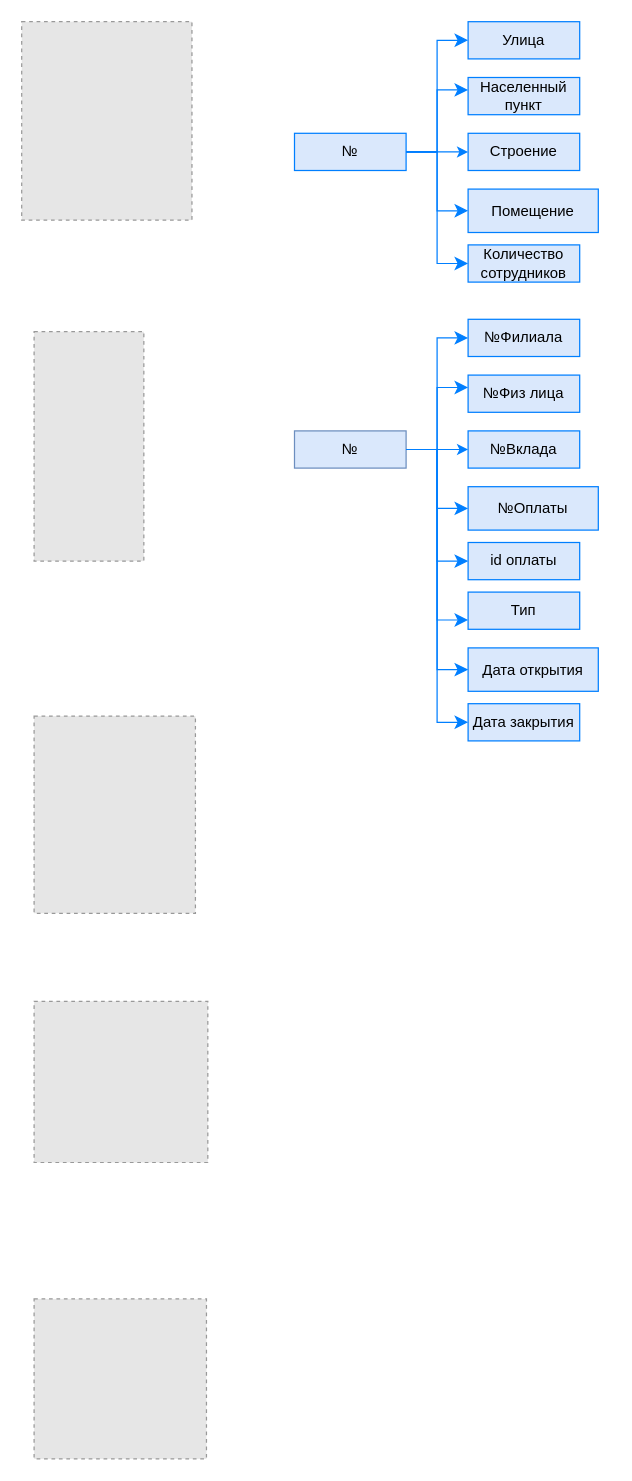
Earlier version of the draw.io diagram pbd5lb_2popitka.drawio (xaskilaki007/pbd-files). Source tidied: cells renumbered, new cells numbered last; positions are measured from the earlier drawing's top-left corner, leaving out a move shared by most shapes. Both pictures are drawn from the tidied source at 124%, with x=0, y=0 at pixel (21, 21). Pictures stored in the file or linked from it are replaced by grey dashed boxes.
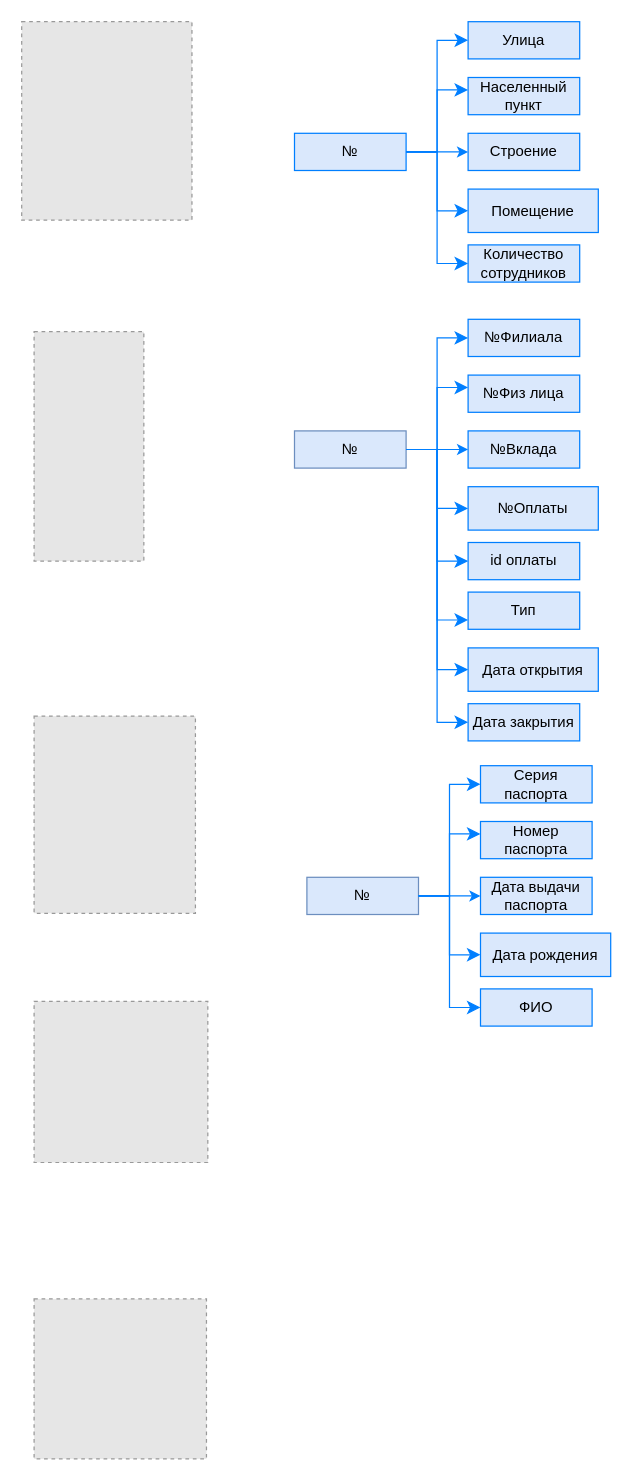
The same diagram, later.

The edit, as a diff of the source:
```diff
@@
+    <mxCell id="35" value="№" style="rounded=0;whiteSpace=wrap;html=1;fillColor=#dae8fc;strokeColor=#6c8ebf;" parent="1" vertex="1">
+      <mxGeometry x="230" y="690" width="90" height="30" as="geometry" />
+    </mxCell>
+    <mxCell id="36" value="Серия паспорта" style="rounded=0;whiteSpace=wrap;html=1;fillColor=#dae8fc;strokeColor=#007FFF;" parent="1" vertex="1">
+      <mxGeometry x="370" y="600" width="90" height="30" as="geometry" />
+    </mxCell>
+    <mxCell id="37" value="Номер паспорта" style="rounded=0;whiteSpace=wrap;html=1;fillColor=#dae8fc;strokeColor=#007FFF;" parent="1" vertex="1">
+      <mxGeometry x="370" y="645" width="90" height="30" as="geometry" />
+    </mxCell>
+    <mxCell id="38" value="Дата выдачи паспорта" style="rounded=0;whiteSpace=wrap;html=1;fillColor=#dae8fc;strokeColor=#007FFF;" parent="1" vertex="1">
+      <mxGeometry x="370" y="690" width="90" height="30" as="geometry" />
+    </mxCell>
+    <mxCell id="39" value="Дата рождения" style="rounded=0;whiteSpace=wrap;html=1;fillColor=#dae8fc;strokeColor=#007FFF;" parent="1" vertex="1">
+      <mxGeometry x="370" y="735" width="105" height="35" as="geometry" />
+    </mxCell>
+    <mxCell id="40" value="ФИО" style="rounded=0;whiteSpace=wrap;html=1;fillColor=#dae8fc;strokeColor=#007FFF;" parent="1" vertex="1">
+      <mxGeometry x="370" y="780" width="90" height="30" as="geometry" />
+    </mxCell>
+    <mxCell id="41" style="edgeStyle=elbowEdgeStyle;elbow=horizontal;endArrow=classic;html=1;curved=0;rounded=0;endSize=8;startSize=8;fillColor=#dae8fc;strokeColor=#007FFF;" parent="1" edge="1">
+      <mxGeometry relative="1" as="geometry">
+        <mxPoint x="320" y="705" as="sourcePoint" />
+        <mxPoint x="370" y="655" as="targetPoint" />
+      </mxGeometry>
+    </mxCell>
+    <mxCell id="42" style="edgeStyle=elbowEdgeStyle;elbow=horizontal;endArrow=classic;html=1;curved=0;rounded=0;endSize=8;startSize=8;entryX=0;entryY=0.5;entryDx=0;entryDy=0;fillColor=#dae8fc;strokeColor=#007FFF;" parent="1" edge="1" target="36">
+      <mxGeometry relative="1" as="geometry">
+        <mxPoint x="320" y="705" as="sourcePoint" />
+      </mxGeometry>
+    </mxCell>
+    <mxCell id="43" style="edgeStyle=elbowEdgeStyle;elbow=horizontal;endArrow=classic;html=1;curved=0;rounded=0;endSize=8;startSize=8;entryX=0;entryY=0.5;entryDx=0;entryDy=0;fillColor=#dae8fc;strokeColor=#007FFF;" parent="1" edge="1" target="39">
+      <mxGeometry relative="1" as="geometry">
+        <mxPoint x="320" y="705" as="sourcePoint" />
+      </mxGeometry>
+    </mxCell>
+    <mxCell id="44" style="endArrow=classic;html=1;rounded=0;entryX=0;entryY=0.5;entryDx=0;entryDy=0;exitX=1;exitY=0.5;exitDx=0;exitDy=0;fillColor=#dae8fc;strokeColor=#007FFF;" parent="1" edge="1" target="38">
+      <mxGeometry relative="1" as="geometry">
+        <mxPoint x="320" y="705" as="sourcePoint" />
+      </mxGeometry>
+    </mxCell>
+    <mxCell id="45" style="edgeStyle=elbowEdgeStyle;elbow=horizontal;endArrow=classic;html=1;curved=0;rounded=0;endSize=8;startSize=8;entryX=0;entryY=0.5;entryDx=0;entryDy=0;exitX=1;exitY=0.5;exitDx=0;exitDy=0;fillColor=#dae8fc;strokeColor=#007FFF;" parent="1" edge="1" target="40">
+      <mxGeometry relative="1" as="geometry">
+        <mxPoint x="320" y="705" as="sourcePoint" />
+      </mxGeometry>
+    </mxCell>
```
